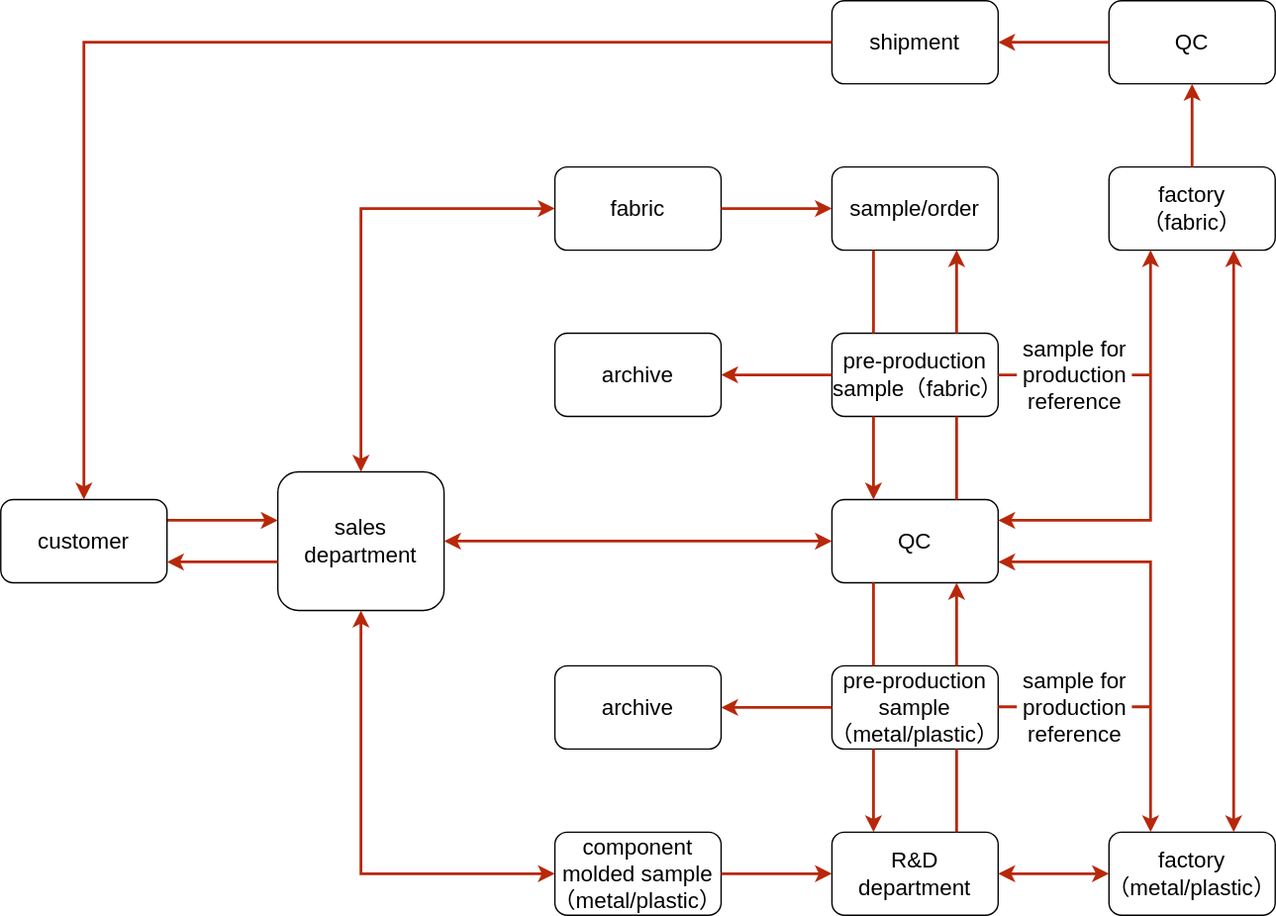
This is images/newflow_eg.svg from gcobt20302/chenterlon, a draw.io export, as it was before one commit. Source tidied: cells renumbered, new cells last; positions are measured from the earlier drawing's top-left corner, leaving out a move shared by most shapes.
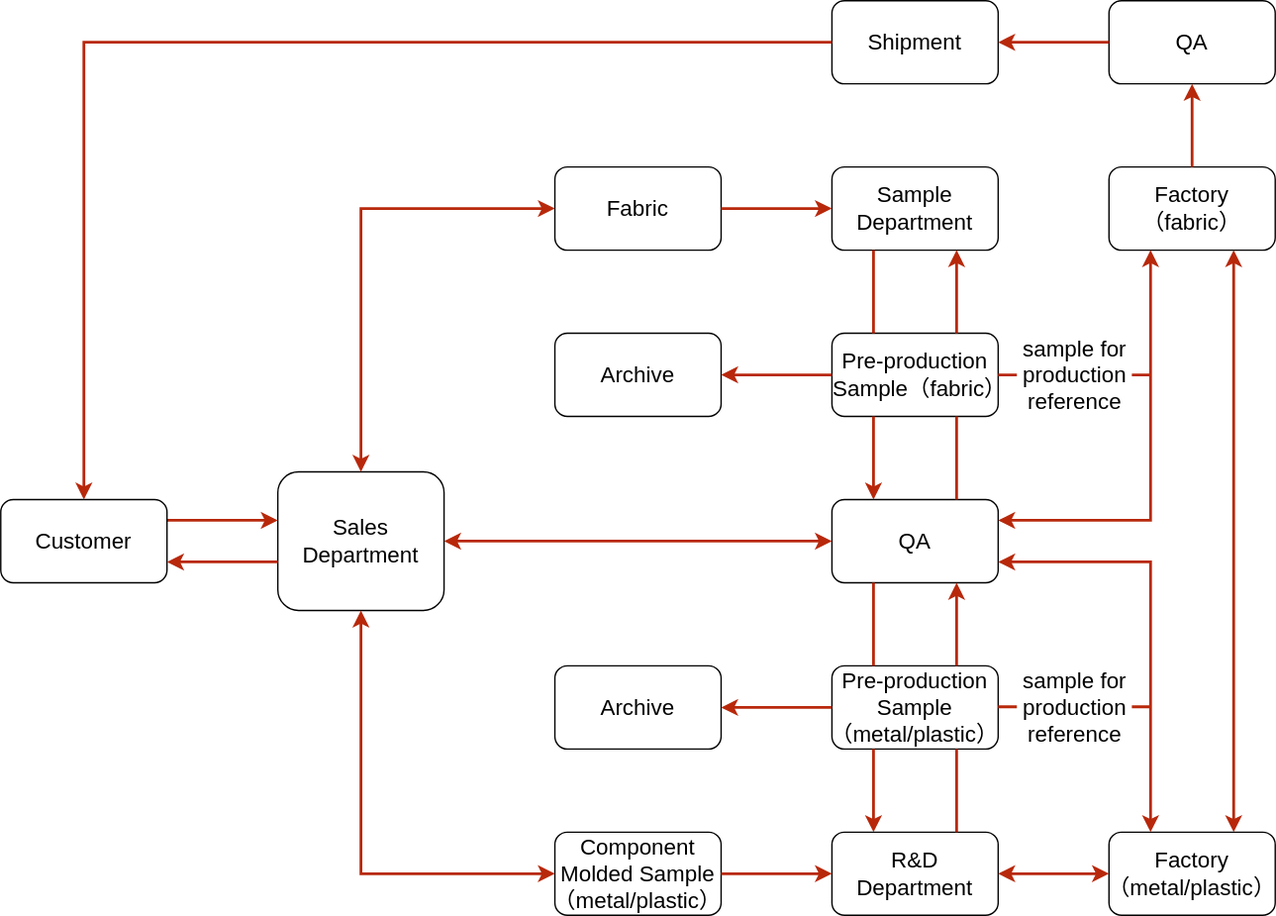
The same diagram one commit later.

The edit, as a diff of the source:
```diff
@@ -2,52 +2,52 @@
   <root>
     <mxCell id="0" />
     <mxCell id="1" parent="0" />
-    <mxCell id="2" value="&lt;font style=&quot;font-size: 16px&quot;&gt;QC&lt;/font&gt;" style="rounded=1;whiteSpace=wrap;html=1;" parent="1" vertex="1">
+    <mxCell id="2" value="&lt;font style=&quot;font-size: 16px&quot;&gt;QA&lt;/font&gt;" style="rounded=1;whiteSpace=wrap;html=1;" parent="1" vertex="1">
       <mxGeometry x="800" width="120" height="60" as="geometry" />
     </mxCell>
-    <mxCell id="3" value="factory&lt;br&gt;（fabric）" style="rounded=1;whiteSpace=wrap;html=1;fontSize=16;" parent="1" vertex="1">
+    <mxCell id="3" value="Factory&lt;br&gt;（fabric）" style="rounded=1;whiteSpace=wrap;html=1;fontSize=16;" parent="1" vertex="1">
       <mxGeometry x="800" y="120" width="120" height="60" as="geometry" />
     </mxCell>
-    <mxCell id="4" value="shipment" style="rounded=1;whiteSpace=wrap;html=1;fontSize=16;" parent="1" vertex="1">
+    <mxCell id="4" value="Shipment" style="rounded=1;whiteSpace=wrap;html=1;fontSize=16;" parent="1" vertex="1">
       <mxGeometry x="600" width="120" height="60" as="geometry" />
     </mxCell>
-    <mxCell id="5" value="sample/order" style="rounded=1;whiteSpace=wrap;html=1;fontSize=16;" parent="1" vertex="1">
+    <mxCell id="5" value="Sample Department" style="rounded=1;whiteSpace=wrap;html=1;fontSize=16;" parent="1" vertex="1">
       <mxGeometry x="600" y="120" width="120" height="60" as="geometry" />
     </mxCell>
-    <mxCell id="6" value="fabric" style="rounded=1;whiteSpace=wrap;html=1;fontSize=16;" parent="1" vertex="1">
+    <mxCell id="6" value="Fabric" style="rounded=1;whiteSpace=wrap;html=1;fontSize=16;" parent="1" vertex="1">
       <mxGeometry x="400" y="120" width="120" height="60" as="geometry" />
     </mxCell>
-    <mxCell id="7" value="archive" style="rounded=1;whiteSpace=wrap;html=1;fontSize=16;" parent="1" vertex="1">
+    <mxCell id="7" value="Archive" style="rounded=1;whiteSpace=wrap;html=1;fontSize=16;" parent="1" vertex="1">
       <mxGeometry x="400" y="240" width="120" height="60" as="geometry" />
     </mxCell>
-    <mxCell id="8" value="pre-production sample（fabric）" style="rounded=1;whiteSpace=wrap;html=1;fontSize=16;" parent="1" vertex="1">
+    <mxCell id="8" value="Pre-production Sample（fabric）" style="rounded=1;whiteSpace=wrap;html=1;fontSize=16;" parent="1" vertex="1">
       <mxGeometry x="600" y="240" width="120" height="60" as="geometry" />
     </mxCell>
-    <mxCell id="9" value="QC" style="rounded=1;whiteSpace=wrap;html=1;fontSize=16;" parent="1" vertex="1">
+    <mxCell id="9" value="QA" style="rounded=1;whiteSpace=wrap;html=1;fontSize=16;" parent="1" vertex="1">
       <mxGeometry x="600" y="360" width="120" height="60" as="geometry" />
     </mxCell>
-    <mxCell id="10" value="pre-production sample&lt;br&gt;（metal/plastic）" style="rounded=1;whiteSpace=wrap;html=1;fontSize=16;" parent="1" vertex="1">
+    <mxCell id="10" value="Pre-production Sample&lt;br&gt;（metal/plastic）" style="rounded=1;whiteSpace=wrap;html=1;fontSize=16;" parent="1" vertex="1">
       <mxGeometry x="600" y="480" width="120" height="60" as="geometry" />
     </mxCell>
-    <mxCell id="11" value="R&amp;amp;D department" style="rounded=1;whiteSpace=wrap;html=1;fontSize=16;" parent="1" vertex="1">
+    <mxCell id="11" value="R&amp;amp;D Department" style="rounded=1;whiteSpace=wrap;html=1;fontSize=16;" parent="1" vertex="1">
       <mxGeometry x="600" y="600" width="120" height="60" as="geometry" />
     </mxCell>
-    <mxCell id="12" value="sales department" style="rounded=1;whiteSpace=wrap;html=1;fontSize=16;" parent="1" vertex="1">
+    <mxCell id="12" value="Sales Department" style="rounded=1;whiteSpace=wrap;html=1;fontSize=16;" parent="1" vertex="1">
       <mxGeometry x="200" y="340" width="120" height="100" as="geometry" />
     </mxCell>
     <mxCell id="13" style="edgeStyle=orthogonalEdgeStyle;rounded=0;jettySize=auto;html=1;exitX=1;exitY=0.25;exitDx=0;exitDy=0;entryX=0;entryY=0.35;entryDx=0;entryDy=0;entryPerimeter=0;fontSize=16;strokeColor=#B8280B;strokeWidth=2;" parent="1" edge="1" source="14" target="12">
       <mxGeometry relative="1" as="geometry" />
     </mxCell>
-    <mxCell id="14" value="customer" style="rounded=1;whiteSpace=wrap;html=1;fontSize=16;" parent="1" vertex="1">
+    <mxCell id="14" value="Customer" style="rounded=1;whiteSpace=wrap;html=1;fontSize=16;" parent="1" vertex="1">
       <mxGeometry y="360" width="120" height="60" as="geometry" />
     </mxCell>
-    <mxCell id="15" value="factory&lt;br&gt;（metal/plastic）" style="rounded=1;whiteSpace=wrap;html=1;fontSize=16;" parent="1" vertex="1">
+    <mxCell id="15" value="Factory&lt;br&gt;（metal/plastic）" style="rounded=1;whiteSpace=wrap;html=1;fontSize=16;" parent="1" vertex="1">
       <mxGeometry x="800" y="600" width="120" height="60" as="geometry" />
     </mxCell>
-    <mxCell id="16" value="archive" style="rounded=1;whiteSpace=wrap;html=1;fontSize=16;" parent="1" vertex="1">
+    <mxCell id="16" value="Archive" style="rounded=1;whiteSpace=wrap;html=1;fontSize=16;" parent="1" vertex="1">
       <mxGeometry x="400" y="480" width="120" height="60" as="geometry" />
     </mxCell>
-    <mxCell id="17" value="component molded sample&lt;br&gt;（metal/plastic）" style="rounded=1;whiteSpace=wrap;html=1;fontSize=16;" parent="1" vertex="1">
+    <mxCell id="17" value="Component Molded Sample&lt;br&gt;（metal/plastic）" style="rounded=1;whiteSpace=wrap;html=1;fontSize=16;" parent="1" vertex="1">
       <mxGeometry x="400" y="600" width="120" height="60" as="geometry" />
     </mxCell>
     <mxCell id="18" style="endArrow=classic;html=1;rounded=0;fontSize=16;entryX=1;entryY=0.75;entryDx=0;entryDy=0;exitX=0;exitY=0.65;exitDx=0;exitDy=0;exitPerimeter=0;strokeColor=#B8280B;strokeWidth=2;" parent="1" edge="1" source="12" target="14">
```
